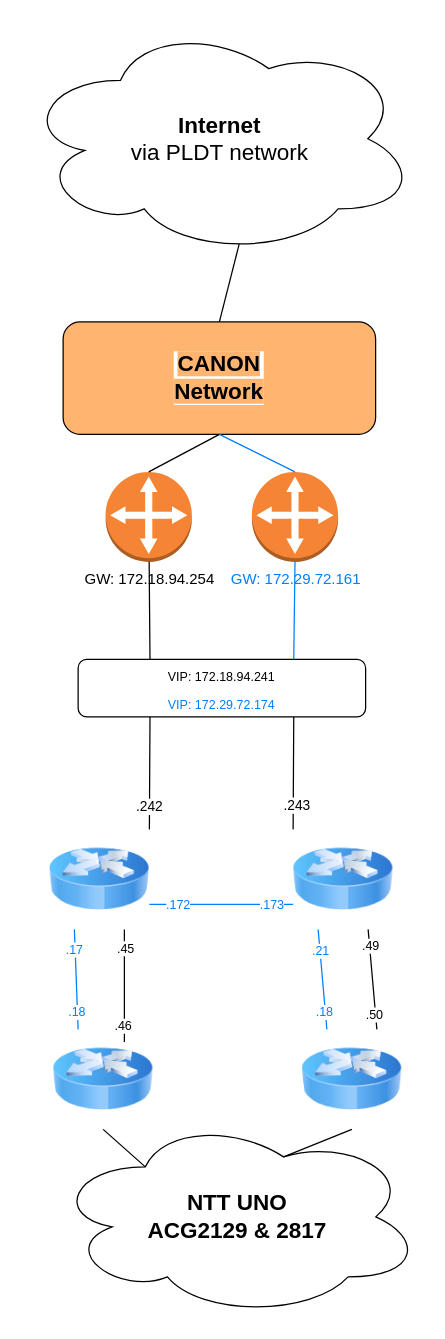
Before: Canon-mind draw-topology.drawio in henry1212/henry1212.github.io, a draw.io diagram. Source tidied: cells renumbered, new cells numbered last; positions are measured from the earlier drawing's top-left corner, leaving out a move shared by most shapes. Both pictures are drawn from the tidied source at 125%, with x=0, y=0 at pixel (21, 21).
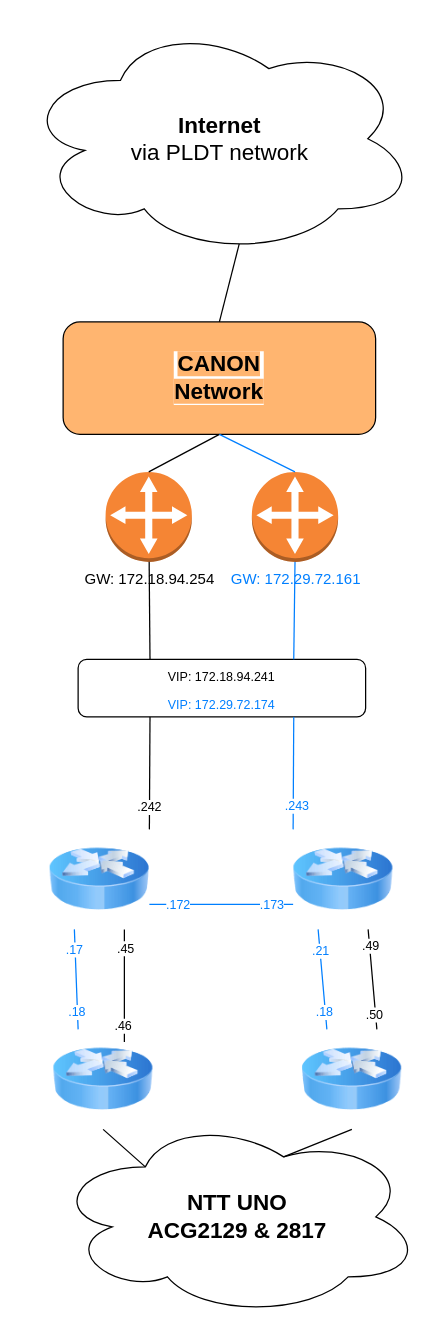
The same diagram, later.

The change refers to these unchanged cells:
```xml
<mxCell id="7" style="image;html=1;image=img/lib/clip_art/networking/Router_Icon_128x128.png;" parent="1" vertex="1">
  <mxGeometry x="217" y="646" width="80" height="80" as="geometry" />
</mxCell>
<mxCell id="11" value="&lt;font style=&quot;font-size: 10px;&quot;&gt;VIP: 172.18.94.241&lt;br&gt;&lt;font color=&quot;#007fff&quot;&gt;VIP: 172.29.72.174&lt;/font&gt;&lt;br&gt;&lt;/font&gt;" style="rounded=1;whiteSpace=wrap;html=1;labelBackgroundColor=#FFFFFF;fontSize=18;fontColor=#000000;" parent="1" vertex="1">
  <mxGeometry x="45" y="510" width="230" height="46" as="geometry" />
</mxCell>
<mxCell id="13" style="rounded=0;jettySize=auto;html=1;entryX=1;entryY=0;entryDx=0;entryDy=0;strokeColor=#000000;fontSize=10;fontColor=#007FFF;endArrow=none;endFill=0;exitX=0.25;exitY=1;exitDx=0;exitDy=0;" parent="1" edge="1" source="11" target="6">
  <mxGeometry relative="1" as="geometry" />
</mxCell>
```

The edit, as a diff of the source:
```diff
@@
-    <mxCell id="14" value=".242" style="edgeLabel;html=1;align=center;verticalAlign=middle;" parent="13" vertex="1">
+    <mxCell id="14" value=".242" style="edgeLabel;html=1;align=center;verticalAlign=middle;endArrow=none;fontSize=10;rounded=0;strokeColor=#007FFF;fontColor=#000000;endFill=0;" parent="13" vertex="1">
       <mxGeometry x="0.13" y="-1" relative="1" as="geometry">
         <mxPoint y="21" as="offset" />
       </mxGeometry>
     </mxCell>
@@
-    <mxCell id="33" style="rounded=0;jettySize=auto;html=1;entryX=0;entryY=0;entryDx=0;entryDy=0;strokeColor=#000000;fontSize=10;fontColor=#007FFF;endArrow=none;endFill=0;exitX=0.75;exitY=1;exitDx=0;exitDy=0;" parent="1" edge="1" source="11" target="7">
+    <mxCell id="33" style="rounded=0;jettySize=auto;html=1;entryX=0;entryY=0;entryDx=0;entryDy=0;strokeColor=#007FFF;fontSize=10;fontColor=#007FFF;endArrow=none;endFill=0;exitX=0.75;exitY=1;exitDx=0;exitDy=0;" parent="1" edge="1" source="11" target="7">
       <mxGeometry relative="1" as="geometry" />
     </mxCell>
-    <mxCell id="34" value=".243" style="edgeLabel;html=1;align=center;verticalAlign=middle;" parent="33" vertex="1">
+    <mxCell id="34" value=".243" style="edgeLabel;html=1;align=center;verticalAlign=middle;endArrow=none;fontSize=10;rounded=0;strokeColor=#007FFF;fontColor=#007FFF;endFill=0;" parent="33" vertex="1">
       <mxGeometry x="0.13" y="2" relative="1" as="geometry">
         <mxPoint y="19" as="offset" />
       </mxGeometry>
     </mxCell>
```
